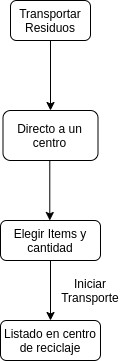
Earlier version of the draw.io export docs/assets/pmv/transportar.png (colmena-project/doc-website). Source tidied: cells renumbered, new cells last; positions are measured from the earlier drawing's top-left corner, leaving out a move shared by most shapes.
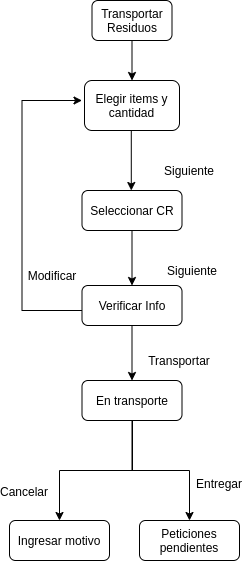
After the change.

Change to the diagram source:
```diff
@@ -3,12 +3,12 @@
     <mxCell id="0" />
     <mxCell id="1" parent="0" />
     <mxCell id="2" value="Transportar&lt;br&gt;Residuos" style="rounded=1;whiteSpace=wrap;html=1;fontSize=12;glass=0;strokeWidth=1;shadow=0;" parent="1" vertex="1">
-      <mxGeometry x="10" width="80" height="40" as="geometry" />
+      <mxGeometry x="10" y="30" width="80" height="40" as="geometry" />
     </mxCell>
     <mxCell id="3" style="endArrow=classic;html=1;exitX=0.5;exitY=1;exitDx=0;exitDy=0;entryX=0.5;entryY=0;entryDx=0;entryDy=0;" parent="1" edge="1" source="2" target="4">
       <mxGeometry relative="1" as="geometry" />
     </mxCell>
-    <mxCell id="4" value="Directo a un centro" style="rounded=1;whiteSpace=wrap;html=1;fontSize=12;glass=0;strokeWidth=1;shadow=0;" parent="1" vertex="1">
+    <mxCell id="4" value="Elegir items y cantidad" style="rounded=1;whiteSpace=wrap;html=1;fontSize=12;glass=0;strokeWidth=1;shadow=0;" parent="1" vertex="1">
       <mxGeometry x="2.5" y="110" width="95" height="50" as="geometry" />
     </mxCell>
     <mxCell id="5" style="endArrow=classic;html=1;exitX=0.5;exitY=1;exitDx=0;exitDy=0;" parent="1" edge="1">
@@ -17,17 +17,70 @@
         <mxPoint x="49.3" y="220" as="targetPoint" />
       </mxGeometry>
     </mxCell>
-    <mxCell id="6" style="edgeStyle=orthogonalEdgeStyle;rounded=0;jettySize=auto;html=1;" parent="1" edge="1" source="7" target="8">
+    <mxCell id="6" style="edgeStyle=orthogonalEdgeStyle;rounded=0;jettySize=auto;html=1;" parent="1" edge="1" source="7" target="12">
       <mxGeometry relative="1" as="geometry" />
     </mxCell>
-    <mxCell id="7" value="Elegir Items y cantidad" style="rounded=1;whiteSpace=wrap;html=1;fontSize=12;glass=0;strokeWidth=1;shadow=0;" parent="1" vertex="1">
+    <mxCell id="7" value="Seleccionar CR" style="rounded=1;whiteSpace=wrap;html=1;fontSize=12;glass=0;strokeWidth=1;shadow=0;" parent="1" vertex="1">
       <mxGeometry y="220" width="100" height="40" as="geometry" />
     </mxCell>
-    <mxCell id="8" value="Listado en centro de reciclaje" style="rounded=1;whiteSpace=wrap;html=1;fontSize=12;glass=0;strokeWidth=1;shadow=0;" parent="1" vertex="1">
-      <mxGeometry y="320" width="100" height="40" as="geometry" />
+    <mxCell id="8" style="edgeStyle=orthogonalEdgeStyle;rounded=0;jettySize=auto;html=1;exitX=0.5;exitY=1;exitDx=0;exitDy=0;" parent="1" edge="1" source="20" target="13">
+      <mxGeometry relative="1" as="geometry">
+        <Array as="points">
+          <mxPoint x="50.5" y="500" />
+          <mxPoint x="107.5" y="500" />
+        </Array>
+      </mxGeometry>
     </mxCell>
-    <mxCell id="9" value="Iniciar Transporte" style="text;html=1;strokeColor=none;fillColor=none;align=center;verticalAlign=middle;whiteSpace=wrap;rounded=0;" parent="1" vertex="1">
-      <mxGeometry x="70" y="280" width="40" height="20" as="geometry" />
+    <mxCell id="9" style="edgeStyle=orthogonalEdgeStyle;rounded=0;jettySize=auto;html=1;entryX=0.5;entryY=0;entryDx=0;entryDy=0;exitX=0.525;exitY=1;exitDx=0;exitDy=0;exitPerimeter=0;" parent="1" edge="1" source="20" target="17">
+      <mxGeometry relative="1" as="geometry">
+        <Array as="points">
+          <mxPoint x="50.5" y="450" />
+          <mxPoint x="50.5" y="500" />
+          <mxPoint x="-22.5" y="500" />
+        </Array>
+      </mxGeometry>
     </mxCell>
+    <mxCell id="10" style="edgeStyle=orthogonalEdgeStyle;rounded=0;jettySize=auto;html=1;" parent="1" edge="1" source="12">
+      <mxGeometry relative="1" as="geometry">
+        <mxPoint y="130" as="targetPoint" />
+        <Array as="points">
+          <mxPoint x="-60" y="340" />
+          <mxPoint x="-60" y="130" />
+        </Array>
+      </mxGeometry>
+    </mxCell>
+    <mxCell id="11" style="edgeStyle=orthogonalEdgeStyle;rounded=0;jettySize=auto;html=1;" parent="1" edge="1" source="12" target="20">
+      <mxGeometry relative="1" as="geometry" />
+    </mxCell>
+    <mxCell id="12" value="Verificar Info" style="rounded=1;whiteSpace=wrap;html=1;fontSize=12;glass=0;strokeWidth=1;shadow=0;" parent="1" vertex="1">
+      <mxGeometry y="315" width="100" height="40" as="geometry" />
+    </mxCell>
+    <mxCell id="13" value="Peticiones pendientes" style="rounded=1;whiteSpace=wrap;html=1;fontSize=12;glass=0;strokeWidth=1;shadow=0;" parent="1" vertex="1">
+      <mxGeometry x="57.5" y="550" width="100" height="40" as="geometry" />
+    </mxCell>
+    <mxCell id="14" value="Transportar" style="text;html=1;strokeColor=none;fillColor=none;align=center;verticalAlign=middle;whiteSpace=wrap;rounded=0;" parent="1" vertex="1">
+      <mxGeometry x="77.5" y="380" width="40" height="20" as="geometry" />
+    </mxCell>
+    <mxCell id="15" value="Siguiente" style="text;html=1;strokeColor=none;fillColor=none;align=center;verticalAlign=middle;whiteSpace=wrap;rounded=0;" parent="1" vertex="1">
+      <mxGeometry x="87.5" y="190" width="40" height="20" as="geometry" />
+    </mxCell>
+    <mxCell id="16" value="Entregar" style="text;html=1;strokeColor=none;fillColor=none;align=center;verticalAlign=middle;whiteSpace=wrap;rounded=0;" parent="1" vertex="1">
+      <mxGeometry x="117.5" y="503" width="40" height="20" as="geometry" />
+    </mxCell>
+    <mxCell id="17" value="Ingresar motivo" style="rounded=1;whiteSpace=wrap;html=1;fontSize=12;glass=0;strokeWidth=1;shadow=0;" parent="1" vertex="1">
+      <mxGeometry x="-72.5" y="550" width="100" height="40" as="geometry" />
+    </mxCell>
+    <mxCell id="18" value="Cancelar" style="text;html=1;strokeColor=none;fillColor=none;align=center;verticalAlign=middle;whiteSpace=wrap;rounded=0;" parent="1" vertex="1">
+      <mxGeometry x="-77.5" y="511" width="40" height="20" as="geometry" />
+    </mxCell>
+    <mxCell id="19" value="Modificar" style="text;html=1;strokeColor=none;fillColor=none;align=center;verticalAlign=middle;whiteSpace=wrap;rounded=0;" parent="1" vertex="1">
+      <mxGeometry x="-50" y="295" width="40" height="20" as="geometry" />
+    </mxCell>
+    <mxCell id="20" value="En transporte" style="rounded=1;whiteSpace=wrap;html=1;fontSize=12;glass=0;strokeWidth=1;shadow=0;" parent="1" vertex="1">
+      <mxGeometry y="410" width="100" height="40" as="geometry" />
+    </mxCell>
+    <mxCell id="21" value="Siguiente" style="text;html=1;strokeColor=none;fillColor=none;align=center;verticalAlign=middle;whiteSpace=wrap;rounded=0;" parent="1" vertex="1">
+      <mxGeometry x="90" y="290" width="40" height="20" as="geometry" />
+    </mxCell>
   </root>
 </mxGraphModel>
```
